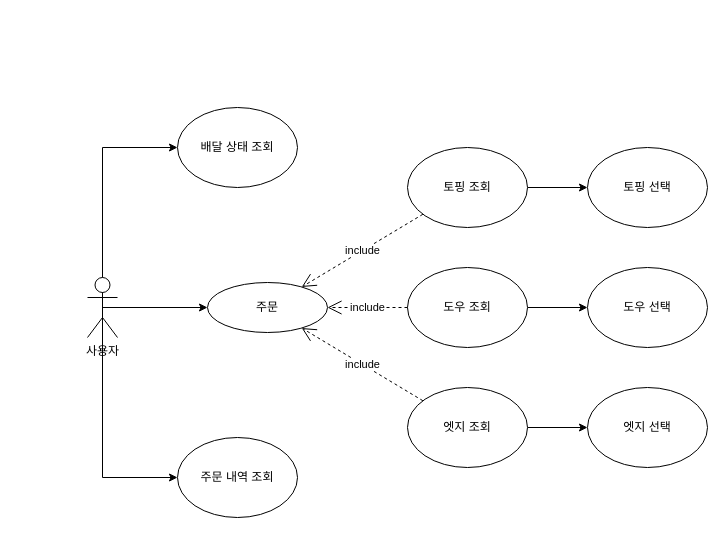
cjfals9626/Delicious_Pizza keeps this draw.io diagram as page "Page-1" (1 of 3) of UML/UseCase.drawio. Above is the earlier version. Source tidied: cells renumbered, new cells numbered last; positions are measured from the earlier drawing's top-left corner, leaving out a move shared by most shapes. Both pictures are drawn from the tidied source at 100%, with x=0, y=0 at pixel (87, 107).
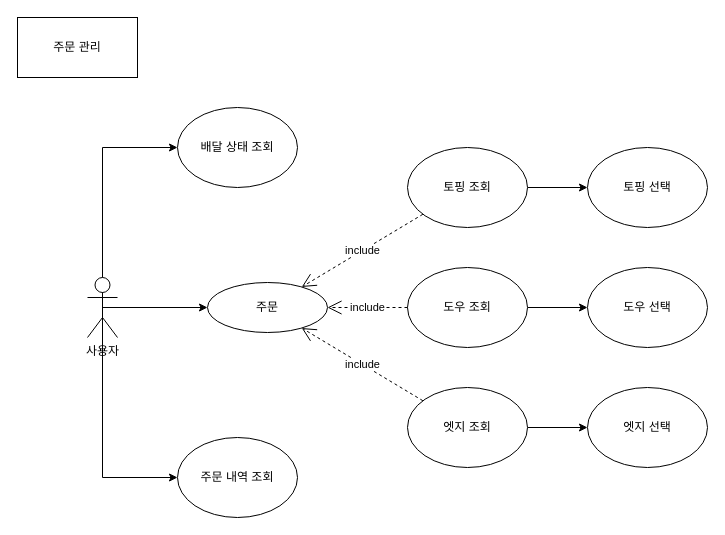
After the change.

Commit message:
유즈케이스 수정

What changed in the source:
```diff
@@
+    <mxCell id="21" value="주문 관리" style="rounded=0;whiteSpace=wrap;html=1;" parent="1" vertex="1">
+      <mxGeometry x="-70" y="-90" width="120" height="60" as="geometry" />
+    </mxCell>
```
